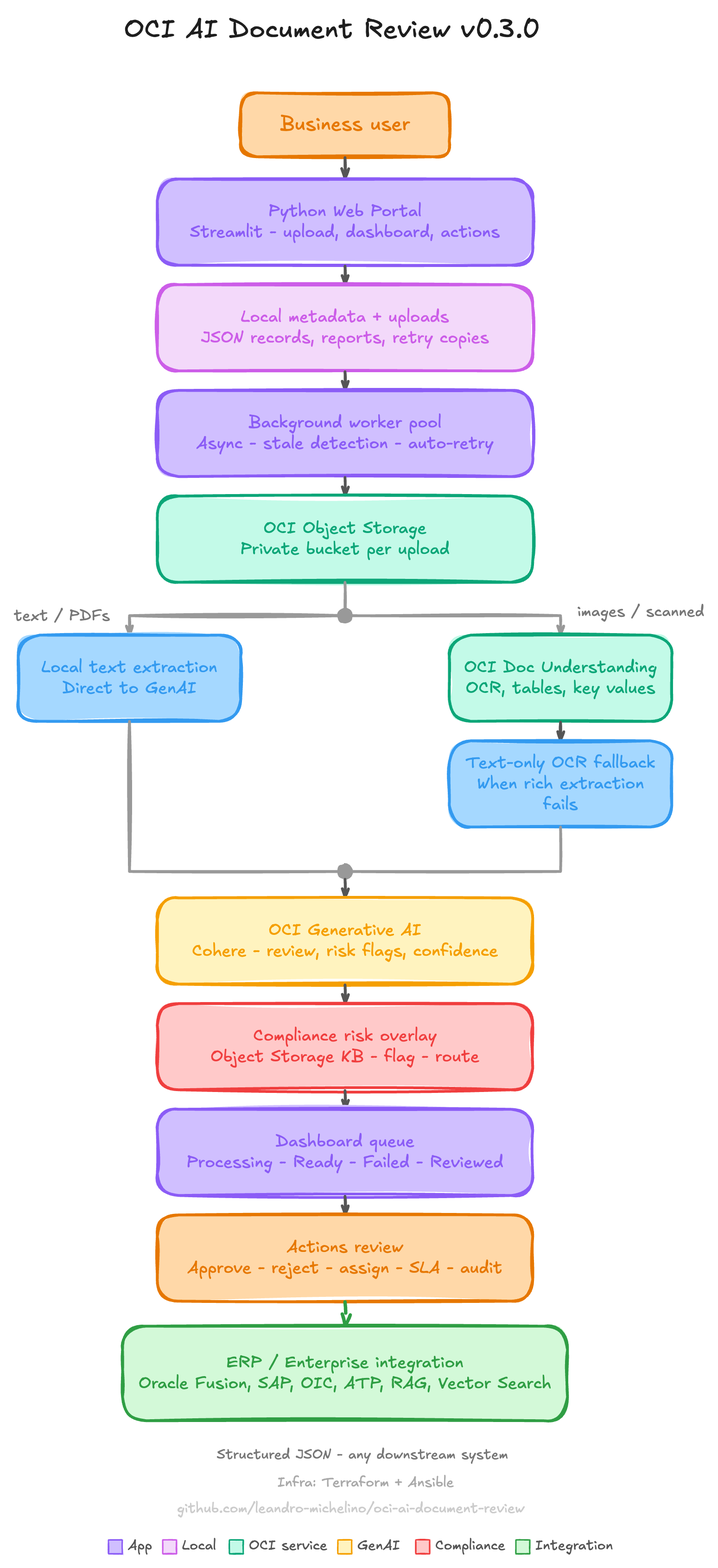
Above: Architecture.png in leandro-michelino/oci-ai-document-review (Excalidraw), before the change. Source tidied: one line per element, renumbered; positions are measured from the earlier drawing's top-left corner, leaving out a move shared by most shapes.
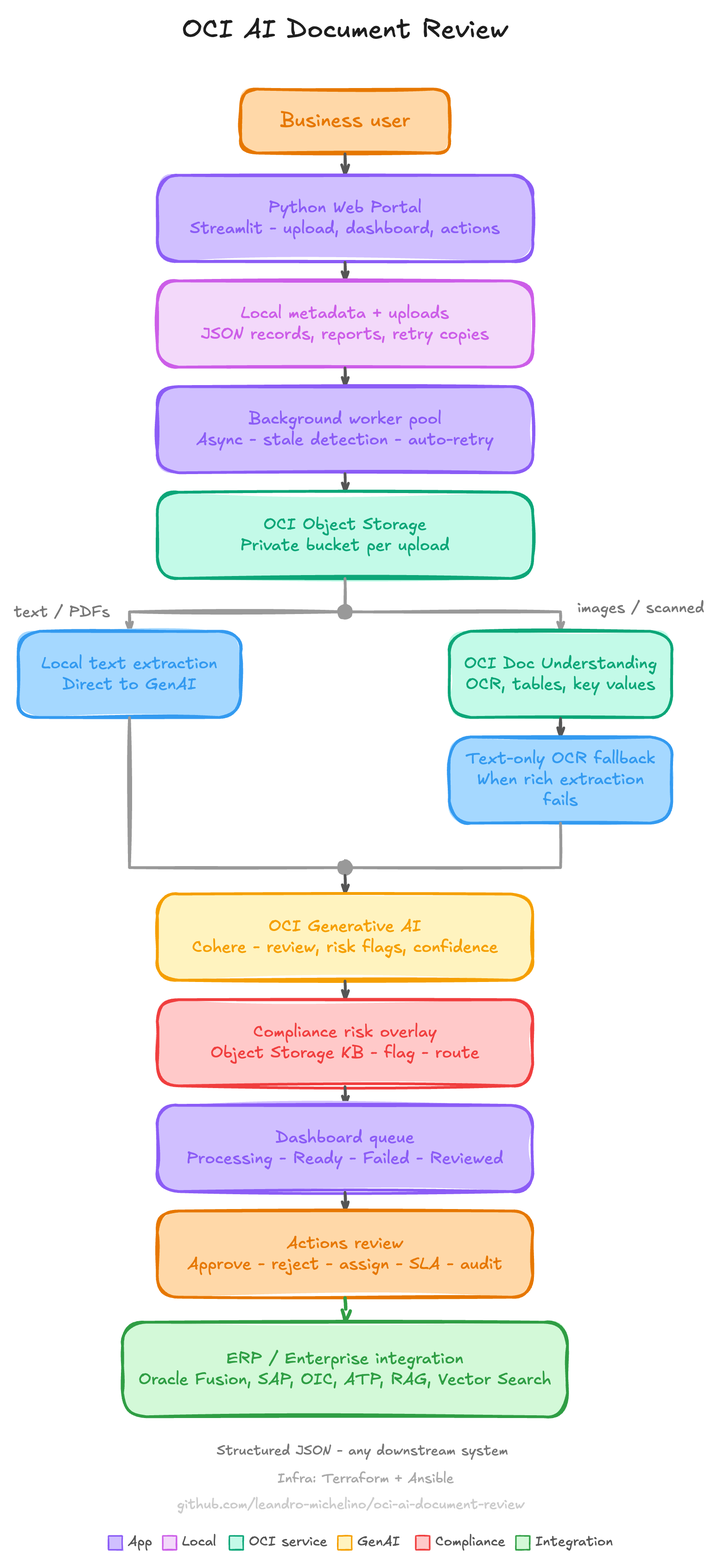
The same diagram one commit later.

Commit message:
Review project configuration and architecture docs

Diff of the diagram source:
```diff
@@ -1,4 +1,4 @@
-{"id": 0, "type": "text", "text": "OCI AI Document Review v0.3.0", "strokeColor": "#1e1e1e", "strokeWidth": 2, "roughness": 1, "fontSize": 19, "fontFamily": 5, "textAlign": "center", "x": 79, "y": 0, "width": 299, "height": 24}
+{"id": 0, "type": "text", "text": "OCI AI Document Review", "strokeColor": "#1e1e1e", "strokeWidth": 2, "roughness": 1, "fontSize": 19, "fontFamily": 5, "textAlign": "center", "x": 121, "y": 3, "width": 235, "height": 24}
 {"id": 1, "type": "rectangle", "strokeColor": "#e67700", "backgroundColor": "#ffd8a8", "fillStyle": "solid", "strokeWidth": 2, "roughness": 1, "round": true, "x": 163, "y": 57, "width": 150, "height": 46}
 {"id": 2, "type": "arrow", "strokeColor": "#555", "strokeWidth": 2, "roughness": 1, "endArrowhead": "arrow", "x": 238, "y": 103, "width": 0, "height": 15, "points": [[0, 0], [0, 15]]}
 {"id": 3, "type": "rectangle", "strokeColor": "#8b5cf6", "backgroundColor": "#d0bfff", "fillStyle": "solid", "strokeWidth": 2, "roughness": 1, "round": true, "x": 103, "y": 119, "width": 270, "height": 62}
```
